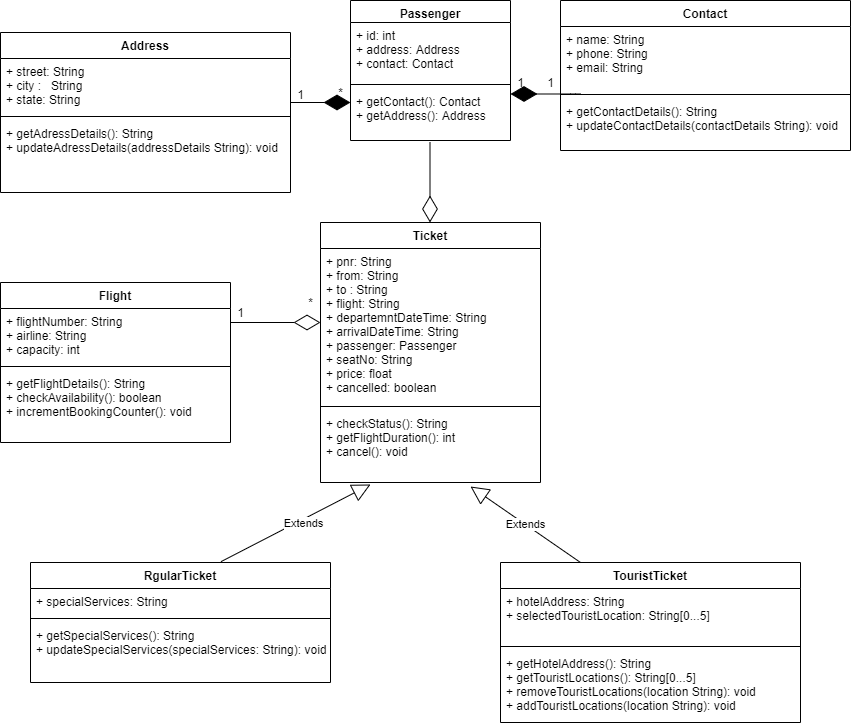
ifra91/Flight_Reservation_System keeps this draw.io diagram as FlightReservation.png. Above is the earlier version. Source tidied: cells renumbered, new cells last; positions are measured from the earlier drawing's top-left corner, leaving out a move shared by most shapes. Its diagram source:
```xml
<mxGraphModel>
  <root>
    <mxCell id="0" />
    <mxCell id="1" parent="0" />
    <mxCell id="2" value="Address" style="swimlane;fontStyle=1;align=center;verticalAlign=top;horizontal=1;startSize=26;" parent="1" vertex="1">
      <mxGeometry y="32" width="290" height="160" as="geometry" />
    </mxCell>
    <mxCell id="3" value="+ street: String&#10;+ city :   String&#10;+ state: String" style="text;strokeColor=none;fillColor=none;align=left;verticalAlign=top;spacingLeft=4;spacingRight=4;overflow=hidden;" parent="2" vertex="1">
      <mxGeometry y="26" width="290" height="54" as="geometry" />
    </mxCell>
    <mxCell id="4" style="line;strokeWidth=1;fillColor=none;align=left;verticalAlign=middle;spacingTop=-1;spacingLeft=3;spacingRight=3;labelPosition=right;" parent="2" vertex="1">
      <mxGeometry y="80" width="290" height="8" as="geometry" />
    </mxCell>
    <mxCell id="5" value="+ getAdressDetails(): String&#10;+ updateAdressDetails(addressDetails String): void&#10;" style="text;strokeColor=none;fillColor=none;align=left;verticalAlign=top;spacingLeft=4;spacingRight=4;overflow=hidden;" parent="2" vertex="1">
      <mxGeometry y="88" width="290" height="72" as="geometry" />
    </mxCell>
    <mxCell id="6" value="Passenger" style="swimlane;fontStyle=1;align=center;verticalAlign=top;horizontal=1;startSize=22;" parent="1" vertex="1">
      <mxGeometry x="350" width="160" height="140" as="geometry" />
    </mxCell>
    <mxCell id="7" value="+ id: int&#10;+ address: Address&#10;+ contact: Contact" style="text;strokeColor=none;fillColor=none;align=left;verticalAlign=top;spacingLeft=4;spacingRight=4;overflow=hidden;" parent="6" vertex="1">
      <mxGeometry y="22" width="160" height="58" as="geometry" />
    </mxCell>
    <mxCell id="8" style="line;strokeWidth=1;fillColor=none;align=left;verticalAlign=middle;spacingTop=-1;spacingLeft=3;spacingRight=3;labelPosition=right;" parent="6" vertex="1">
      <mxGeometry y="80" width="160" height="8" as="geometry" />
    </mxCell>
    <mxCell id="9" value="+ getContact(): Contact&#10;+ getAddress(): Address" style="text;strokeColor=none;fillColor=none;align=left;verticalAlign=top;spacingLeft=4;spacingRight=4;overflow=hidden;" parent="6" vertex="1">
      <mxGeometry y="88" width="160" height="52" as="geometry" />
    </mxCell>
    <mxCell id="10" value="Contact" style="swimlane;fontStyle=1;align=center;verticalAlign=top;horizontal=1;startSize=26;" parent="1" vertex="1">
      <mxGeometry x="560" width="290" height="150" as="geometry" />
    </mxCell>
    <mxCell id="11" value="+ name: String&#10;+ phone: String&#10;+ email: String&#10;" style="text;strokeColor=none;fillColor=none;align=left;verticalAlign=top;spacingLeft=4;spacingRight=4;overflow=hidden;" parent="10" vertex="1">
      <mxGeometry y="26" width="290" height="64" as="geometry" />
    </mxCell>
    <mxCell id="12" style="line;strokeWidth=1;fillColor=none;align=left;verticalAlign=middle;spacingTop=-1;spacingLeft=3;spacingRight=3;labelPosition=right;" parent="10" vertex="1">
      <mxGeometry y="90" width="290" height="8" as="geometry" />
    </mxCell>
    <mxCell id="13" value="+ getContactDetails(): String&#10;+ updateContactDetails(contactDetails String): void" style="text;strokeColor=none;fillColor=none;align=left;verticalAlign=top;spacingLeft=4;spacingRight=4;overflow=hidden;" parent="10" vertex="1">
      <mxGeometry y="98" width="290" height="52" as="geometry" />
    </mxCell>
    <mxCell id="14" style="endArrow=diamondThin;endFill=1;endSize=24;html=1;" parent="1" edge="1">
      <mxGeometry relative="1" as="geometry">
        <mxPoint x="290" y="102" as="sourcePoint" />
        <mxPoint x="350" y="102" as="targetPoint" />
      </mxGeometry>
    </mxCell>
    <mxCell id="15" style="endArrow=diamondThin;endFill=1;endSize=24;html=1;" parent="1" edge="1">
      <mxGeometry relative="1" as="geometry">
        <mxPoint x="580" y="93.5" as="sourcePoint" />
        <mxPoint x="510" y="93.5" as="targetPoint" />
        <Array as="points">
          <mxPoint x="570" y="93.5" />
        </Array>
      </mxGeometry>
    </mxCell>
    <mxCell id="16" value="1" style="text;html=1;align=center;verticalAlign=middle;" parent="1" vertex="1">
      <mxGeometry x="290" y="84" width="20" height="20" as="geometry" />
    </mxCell>
    <mxCell id="17" value="*" style="text;html=1;align=center;verticalAlign=middle;" parent="1" vertex="1">
      <mxGeometry x="330" y="82" width="20" height="20" as="geometry" />
    </mxCell>
    <mxCell id="18" value="1" style="text;html=1;align=center;verticalAlign=middle;" parent="1" vertex="1">
      <mxGeometry x="510" y="72" width="20" height="20" as="geometry" />
    </mxCell>
    <mxCell id="19" value="1" style="text;html=1;align=center;verticalAlign=middle;" parent="1" vertex="1">
      <mxGeometry x="540" y="72" width="20" height="20" as="geometry" />
    </mxCell>
    <mxCell id="20" style="endArrow=diamondThin;endFill=0;endSize=24;html=1;" parent="1" edge="1">
      <mxGeometry relative="1" as="geometry">
        <mxPoint x="429.5" y="142" as="sourcePoint" />
        <mxPoint x="429.5" y="222" as="targetPoint" />
      </mxGeometry>
    </mxCell>
    <mxCell id="21" value="Ticket" style="swimlane;fontStyle=1;align=center;verticalAlign=top;horizontal=1;startSize=26;" parent="1" vertex="1">
      <mxGeometry x="320" y="222" width="220" height="260" as="geometry" />
    </mxCell>
    <mxCell id="22" value="+ pnr: String&#10;+ from: String&#10;+ to : String&#10;+ flight: String&#10;+ departemntDateTime: String&#10;+ arrivalDateTime: String&#10;+ passenger: Passenger&#10;+ seatNo: String&#10;+ price: float&#10;+ cancelled: boolean&#10;" style="text;strokeColor=none;fillColor=none;align=left;verticalAlign=top;spacingLeft=4;spacingRight=4;overflow=hidden;" parent="21" vertex="1">
      <mxGeometry y="26" width="220" height="154" as="geometry" />
    </mxCell>
    <mxCell id="23" style="line;strokeWidth=1;fillColor=none;align=left;verticalAlign=middle;spacingTop=-1;spacingLeft=3;spacingRight=3;labelPosition=right;" parent="21" vertex="1">
      <mxGeometry y="180" width="220" height="8" as="geometry" />
    </mxCell>
    <mxCell id="24" value="+ checkStatus(): String&#10;+ getFlightDuration(): int&#10;+ cancel(): void" style="text;strokeColor=none;fillColor=none;align=left;verticalAlign=top;spacingLeft=4;spacingRight=4;overflow=hidden;" parent="21" vertex="1">
      <mxGeometry y="188" width="220" height="72" as="geometry" />
    </mxCell>
    <mxCell id="25" value="Flight" style="swimlane;fontStyle=1;align=center;verticalAlign=top;horizontal=1;startSize=26;" parent="1" vertex="1">
      <mxGeometry y="282" width="230" height="160" as="geometry" />
    </mxCell>
    <mxCell id="26" value="+ flightNumber: String&#10;+ airline: String&#10;+ capacity: int" style="text;strokeColor=none;fillColor=none;align=left;verticalAlign=top;spacingLeft=4;spacingRight=4;overflow=hidden;" parent="25" vertex="1">
      <mxGeometry y="26" width="230" height="54" as="geometry" />
    </mxCell>
    <mxCell id="27" style="line;strokeWidth=1;fillColor=none;align=left;verticalAlign=middle;spacingTop=-1;spacingLeft=3;spacingRight=3;labelPosition=right;" parent="25" vertex="1">
      <mxGeometry y="80" width="230" height="8" as="geometry" />
    </mxCell>
    <mxCell id="28" value="+ getFlightDetails(): String&#10;+ checkAvailability(): boolean&#10;+ incrementBookingCounter(): void " style="text;strokeColor=none;fillColor=none;align=left;verticalAlign=top;spacingLeft=4;spacingRight=4;overflow=hidden;" parent="25" vertex="1">
      <mxGeometry y="88" width="230" height="72" as="geometry" />
    </mxCell>
    <mxCell id="29" style="endArrow=diamondThin;endFill=0;endSize=24;html=1;" parent="1" edge="1">
      <mxGeometry relative="1" as="geometry">
        <mxPoint x="230" y="322" as="sourcePoint" />
        <mxPoint x="320" y="322" as="targetPoint" />
      </mxGeometry>
    </mxCell>
    <mxCell id="30" value="RgularTicket" style="swimlane;fontStyle=1;align=center;verticalAlign=top;horizontal=1;startSize=26;" parent="1" vertex="1">
      <mxGeometry x="30" y="562" width="300" height="120" as="geometry" />
    </mxCell>
    <mxCell id="31" value="+ specialServices: String" style="text;strokeColor=none;fillColor=none;align=left;verticalAlign=top;spacingLeft=4;spacingRight=4;overflow=hidden;" parent="30" vertex="1">
      <mxGeometry y="26" width="300" height="26" as="geometry" />
    </mxCell>
    <mxCell id="32" style="line;strokeWidth=1;fillColor=none;align=left;verticalAlign=middle;spacingTop=-1;spacingLeft=3;spacingRight=3;labelPosition=right;" parent="30" vertex="1">
      <mxGeometry y="52" width="300" height="8" as="geometry" />
    </mxCell>
    <mxCell id="33" value="+ getSpecialServices(): String&#10;+ updateSpecialServices(specialServices: String): void " style="text;strokeColor=none;fillColor=none;align=left;verticalAlign=top;spacingLeft=4;spacingRight=4;overflow=hidden;" parent="30" vertex="1">
      <mxGeometry y="60" width="300" height="60" as="geometry" />
    </mxCell>
    <mxCell id="34" value="TouristTicket" style="swimlane;fontStyle=1;align=center;verticalAlign=top;horizontal=1;startSize=26;" parent="1" vertex="1">
      <mxGeometry x="500" y="562" width="300" height="160" as="geometry" />
    </mxCell>
    <mxCell id="35" value="+ hotelAddress: String&#10;+ selectedTouristLocation: String[0...5]" style="text;strokeColor=none;fillColor=none;align=left;verticalAlign=top;spacingLeft=4;spacingRight=4;overflow=hidden;" parent="34" vertex="1">
      <mxGeometry y="26" width="300" height="54" as="geometry" />
    </mxCell>
    <mxCell id="36" style="line;strokeWidth=1;fillColor=none;align=left;verticalAlign=middle;spacingTop=-1;spacingLeft=3;spacingRight=3;labelPosition=right;" parent="34" vertex="1">
      <mxGeometry y="80" width="300" height="8" as="geometry" />
    </mxCell>
    <mxCell id="37" value="+ getHotelAddress(): String&#10;+ getTouristLocations(): String[0...5]&#10;+ removeTouristLocations(location String): void&#10;+ addTouristLocations(location String): void" style="text;strokeColor=none;fillColor=none;align=left;verticalAlign=top;spacingLeft=4;spacingRight=4;overflow=hidden;" parent="34" vertex="1">
      <mxGeometry y="88" width="300" height="72" as="geometry" />
    </mxCell>
    <mxCell id="38" value="Extends" style="endArrow=block;endSize=16;endFill=0;html=1;exitX=0.635;exitY=-0.007;exitDx=0;exitDy=0;exitPerimeter=0;" parent="1" edge="1" source="30">
      <mxGeometry x="0.08" y="-4" relative="1" as="geometry">
        <mxPoint x="370" y="484" as="targetPoint" />
      </mxGeometry>
    </mxCell>
    <mxCell id="39" value="Extends" style="endArrow=block;endSize=16;endFill=0;html=1;exitX=0.59;exitY=-0.018;exitDx=0;exitDy=0;exitPerimeter=0;" parent="1" edge="1">
      <mxGeometry relative="1" as="geometry">
        <mxPoint x="580" y="562" as="sourcePoint" />
        <mxPoint x="470" y="486" as="targetPoint" />
      </mxGeometry>
    </mxCell>
    <mxCell id="40" value="1" style="text;html=1;align=center;verticalAlign=middle;" parent="1" vertex="1">
      <mxGeometry x="230" y="302" width="20" height="20" as="geometry" />
    </mxCell>
    <mxCell id="41" value="*" style="text;html=1;align=center;verticalAlign=middle;" parent="1" vertex="1">
      <mxGeometry x="300" y="292" width="20" height="20" as="geometry" />
    </mxCell>
  </root>
</mxGraphModel>
```
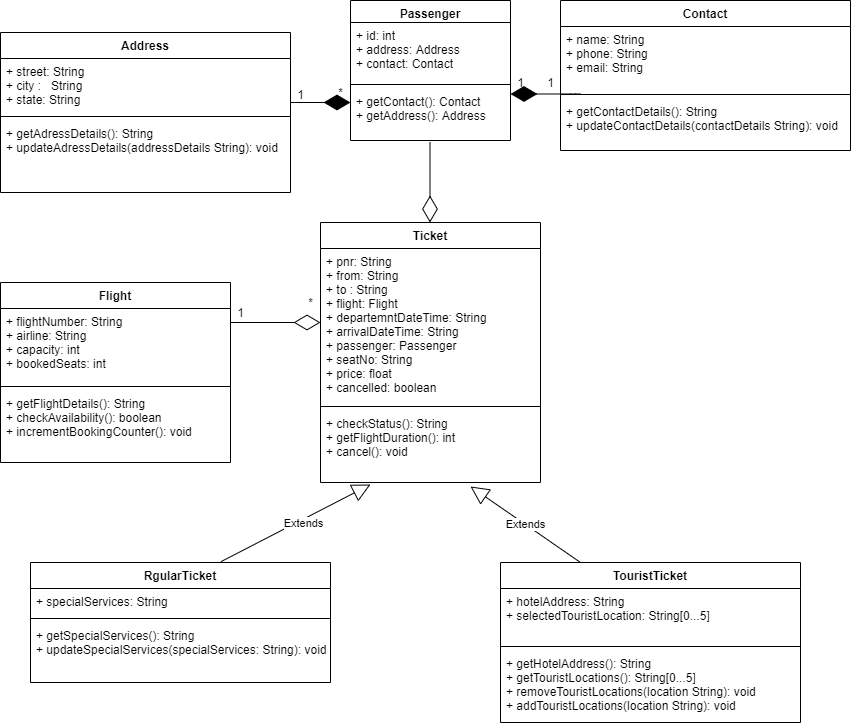
The same file after the commit.

Change to the diagram source:
```diff
@@ -74,7 +74,7 @@
     <mxCell id="21" value="Ticket" style="swimlane;fontStyle=1;align=center;verticalAlign=top;horizontal=1;startSize=26;" parent="1" vertex="1">
       <mxGeometry x="320" y="222" width="220" height="260" as="geometry" />
     </mxCell>
-    <mxCell id="22" value="+ pnr: String&#10;+ from: String&#10;+ to : String&#10;+ flight: String&#10;+ departemntDateTime: String&#10;+ arrivalDateTime: String&#10;+ passenger: Passenger&#10;+ seatNo: String&#10;+ price: float&#10;+ cancelled: boolean&#10;" style="text;strokeColor=none;fillColor=none;align=left;verticalAlign=top;spacingLeft=4;spacingRight=4;overflow=hidden;" parent="21" vertex="1">
+    <mxCell id="22" value="+ pnr: String&#10;+ from: String&#10;+ to : String&#10;+ flight: Flight&#10;+ departemntDateTime: String&#10;+ arrivalDateTime: String&#10;+ passenger: Passenger&#10;+ seatNo: String&#10;+ price: float&#10;+ cancelled: boolean&#10;" style="text;strokeColor=none;fillColor=none;align=left;verticalAlign=top;spacingLeft=4;spacingRight=4;overflow=hidden;" parent="21" vertex="1">
       <mxGeometry y="26" width="220" height="154" as="geometry" />
     </mxCell>
     <mxCell id="23" style="line;strokeWidth=1;fillColor=none;align=left;verticalAlign=middle;spacingTop=-1;spacingLeft=3;spacingRight=3;labelPosition=right;" parent="21" vertex="1">
@@ -84,16 +84,16 @@
       <mxGeometry y="188" width="220" height="72" as="geometry" />
     </mxCell>
     <mxCell id="25" value="Flight" style="swimlane;fontStyle=1;align=center;verticalAlign=top;horizontal=1;startSize=26;" parent="1" vertex="1">
-      <mxGeometry y="282" width="230" height="160" as="geometry" />
+      <mxGeometry y="282" width="230" height="180" as="geometry" />
     </mxCell>
-    <mxCell id="26" value="+ flightNumber: String&#10;+ airline: String&#10;+ capacity: int" style="text;strokeColor=none;fillColor=none;align=left;verticalAlign=top;spacingLeft=4;spacingRight=4;overflow=hidden;" parent="25" vertex="1">
-      <mxGeometry y="26" width="230" height="54" as="geometry" />
+    <mxCell id="26" value="+ flightNumber: String&#10;+ airline: String&#10;+ capacity: int&#10;+ bookedSeats: int " style="text;strokeColor=none;fillColor=none;align=left;verticalAlign=top;spacingLeft=4;spacingRight=4;overflow=hidden;" parent="25" vertex="1">
+      <mxGeometry y="26" width="230" height="74" as="geometry" />
     </mxCell>
     <mxCell id="27" style="line;strokeWidth=1;fillColor=none;align=left;verticalAlign=middle;spacingTop=-1;spacingLeft=3;spacingRight=3;labelPosition=right;" parent="25" vertex="1">
-      <mxGeometry y="80" width="230" height="8" as="geometry" />
+      <mxGeometry y="100" width="230" height="8" as="geometry" />
     </mxCell>
     <mxCell id="28" value="+ getFlightDetails(): String&#10;+ checkAvailability(): boolean&#10;+ incrementBookingCounter(): void " style="text;strokeColor=none;fillColor=none;align=left;verticalAlign=top;spacingLeft=4;spacingRight=4;overflow=hidden;" parent="25" vertex="1">
-      <mxGeometry y="88" width="230" height="72" as="geometry" />
+      <mxGeometry y="108" width="230" height="72" as="geometry" />
     </mxCell>
     <mxCell id="29" style="endArrow=diamondThin;endFill=0;endSize=24;html=1;" parent="1" edge="1">
       <mxGeometry relative="1" as="geometry">
```
